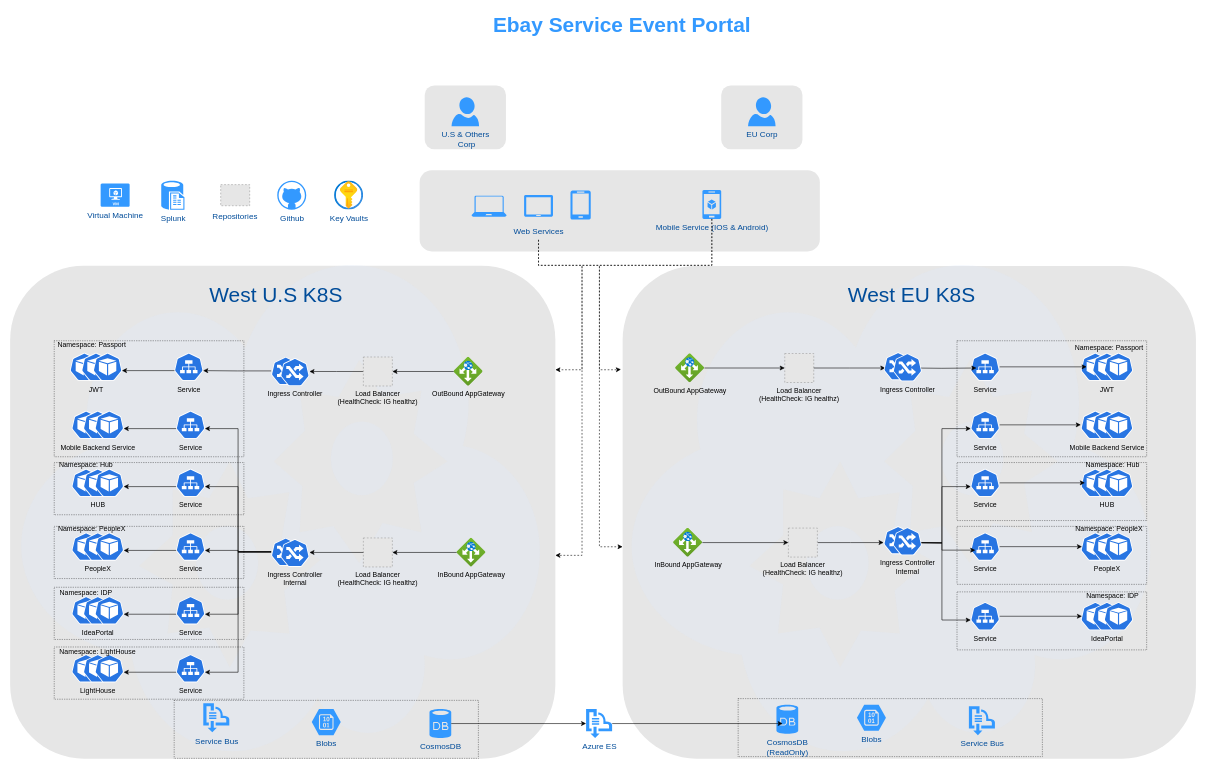
GallonFan/hello_world_java keeps this draw.io diagram as .drawio. Above is the earlier version. Source tidied: cells renumbered, new cells numbered last; positions are measured from the earlier drawing's top-left corner, leaving out a move shared by most shapes. Both pictures are drawn from the tidied source at 58%, with x=0, y=0 at pixel (10, 10). Pictures stored in the file or linked from it are replaced by grey dashed boxes.
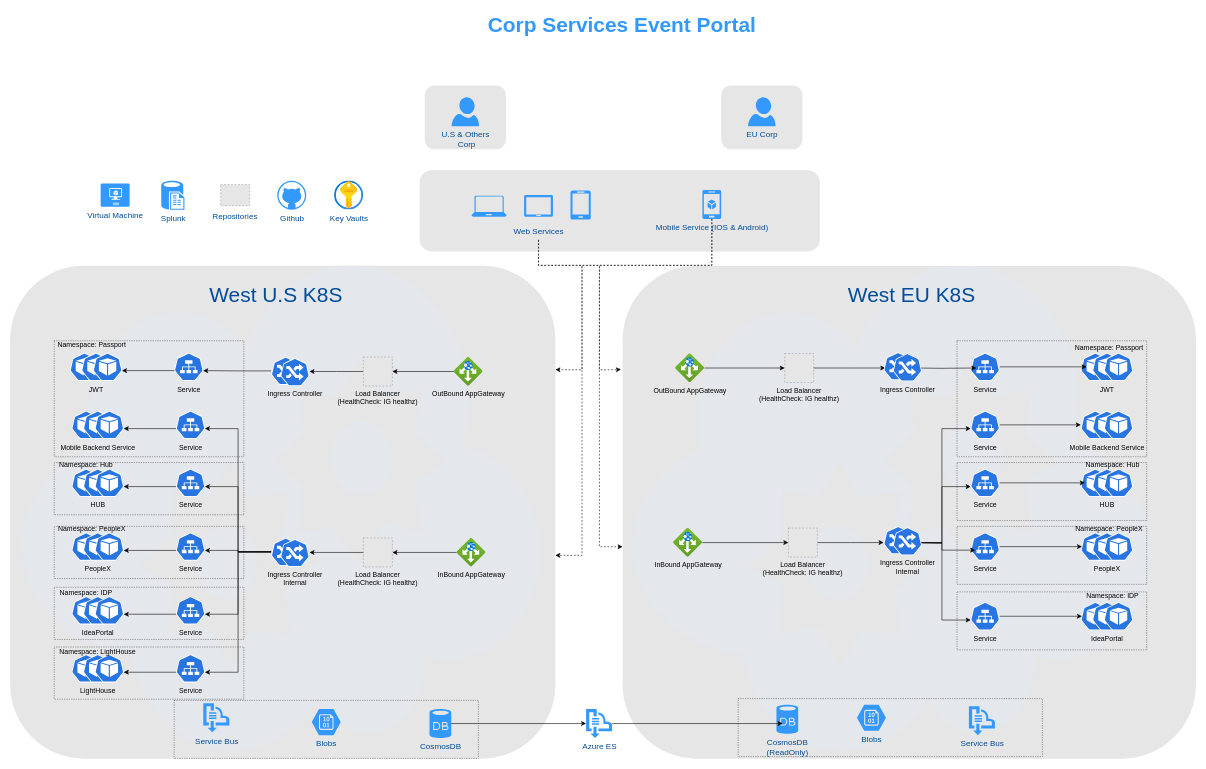
The same page after the edit.

What changed in the source:
```diff
@@
-    <mxCell id="8" value="Ebay Service Event Portal" style="text;html=1;strokeColor=none;fillColor=none;align=center;verticalAlign=middle;whiteSpace=wrap;overflow=hidden;dashed=1;fontSize=36;fontColor=#3399FF;fontFamily=Helvetica;fontStyle=1;" parent="1" vertex="1">
+    <mxCell id="8" value="Corp Services Event Portal" style="text;html=1;strokeColor=none;fillColor=none;align=center;verticalAlign=middle;whiteSpace=wrap;overflow=hidden;dashed=1;fontSize=36;fontColor=#3399FF;fontFamily=Helvetica;fontStyle=1;" parent="1" vertex="1">
       <mxGeometry x="525" width="1060" height="50" as="geometry" />
     </mxCell>
```
